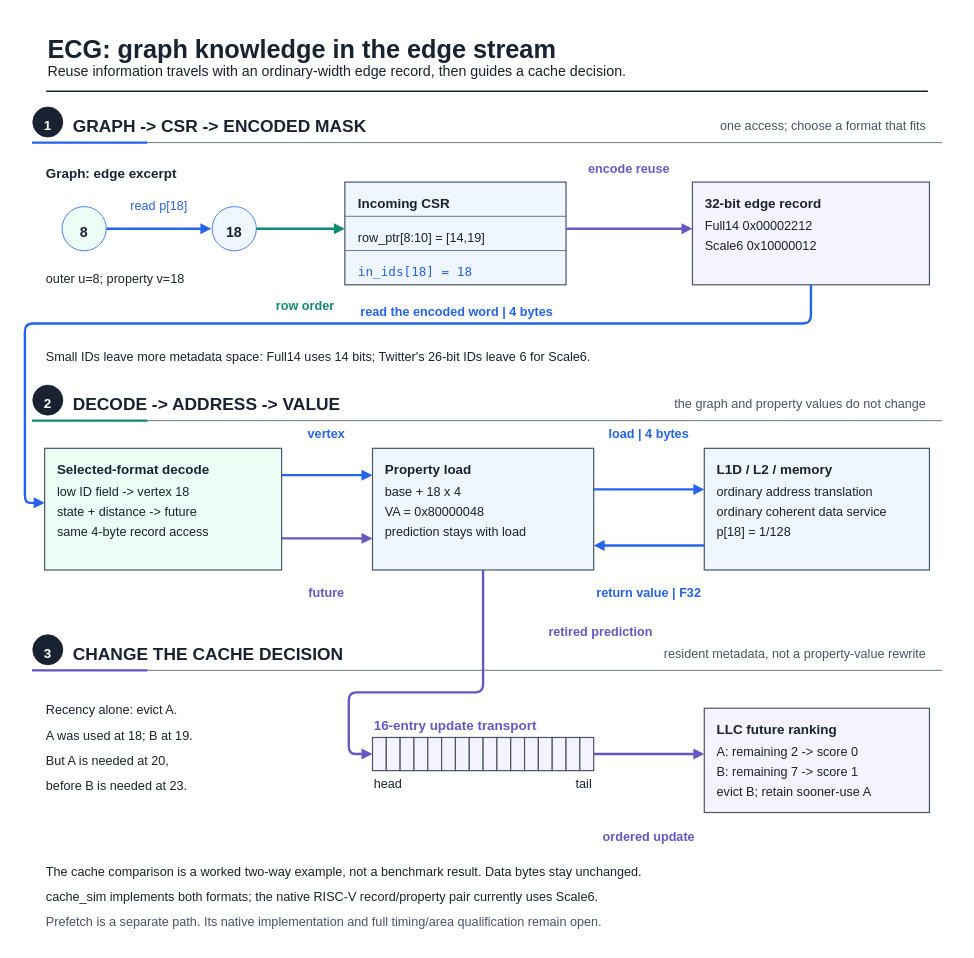
This is fig/wiki_src/home/home-f01-system-overview.drawio from UVA-LavaLab/ECG_GrAPL, a draw.io file, before an edit. Source tidied: cells renumbered, new cells numbered last; positions are measured from the earlier drawing's top-left corner, leaving out a move shared by most shapes. Both pictures are drawn from the tidied source at 79%, with x=0, y=0 at pixel (13, 13).
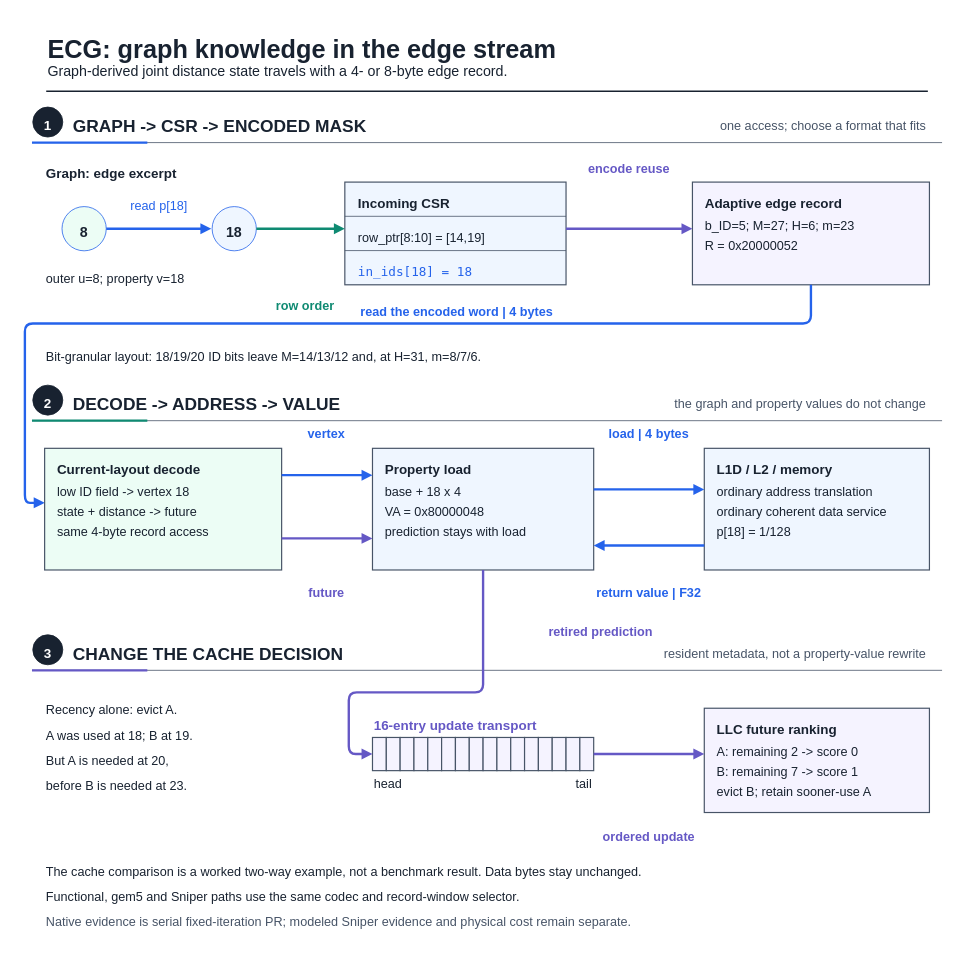
Above is the later version.

What changed in the source:
```diff
@@
-    <mxCell id="4" value="Reuse information travels with an ordinary-width edge record, then guides a cache decision." style="text;html=0;strokeColor=none;fillColor=none;align=left;verticalAlign=middle;fontFamily=Liberation Sans;fontSize=18;fontColor=#182230;fontStyle=0;" parent="1" vertex="1">
-      <mxGeometry x="42" y="59.5" width="868.1" height="25.2" as="geometry" />
+    <mxCell id="4" value="Graph-derived joint distance state travels with a 4- or 8-byte edge record." style="text;html=0;strokeColor=none;fillColor=none;align=left;verticalAlign=middle;fontFamily=Liberation Sans;fontSize=18;fontColor=#182230;fontStyle=0;" parent="1" vertex="1">
+      <mxGeometry x="42" y="59.5" width="715.5" height="25.2" as="geometry" />
     </mxCell>
@@
-    <mxCell id="27" value="32-bit edge record" style="text;html=0;strokeColor=none;fillColor=none;align=left;verticalAlign=middle;fontFamily=Liberation Sans;fontSize=17;fontColor=#182230;fontStyle=1;" parent="1" vertex="1">
-      <mxGeometry x="874" y="227.4" width="174.4" height="23.8" as="geometry" />
+    <mxCell id="27" value="Adaptive edge record" style="text;html=0;strokeColor=none;fillColor=none;align=left;verticalAlign=middle;fontFamily=Liberation Sans;fontSize=17;fontColor=#182230;fontStyle=1;" parent="1" vertex="1">
+      <mxGeometry x="874" y="227.4" width="193.8" height="23.8" as="geometry" />
     </mxCell>
-    <mxCell id="28" value="Full14  0x00002212" style="text;html=0;strokeColor=none;fillColor=none;align=left;verticalAlign=middle;fontFamily=Liberation Sans;fontSize=16;fontColor=#182230;fontStyle=0;" parent="1" vertex="1">
-      <mxGeometry x="874" y="257.2" width="152.6" height="22.4" as="geometry" />
+    <mxCell id="28" value="b_ID=5; M=27; H=6; m=23" style="text;html=0;strokeColor=none;fillColor=none;align=left;verticalAlign=middle;fontFamily=Liberation Sans;fontSize=16;fontColor=#182230;fontStyle=0;" parent="1" vertex="1">
+      <mxGeometry x="874" y="257.2" width="195" height="22.4" as="geometry" />
     </mxCell>
-    <mxCell id="29" value="Scale6  0x10000012" style="text;html=0;strokeColor=none;fillColor=none;align=left;verticalAlign=middle;fontFamily=Liberation Sans;fontSize=16;fontColor=#182230;fontStyle=0;" parent="1" vertex="1">
-      <mxGeometry x="874" y="282.2" width="152.6" height="22.4" as="geometry" />
+    <mxCell id="29" value="R = 0x20000052" style="text;html=0;strokeColor=none;fillColor=none;align=left;verticalAlign=middle;fontFamily=Liberation Sans;fontSize=16;fontColor=#182230;fontStyle=0;" parent="1" vertex="1">
+      <mxGeometry x="874" y="282.2" width="118.7" height="22.4" as="geometry" />
     </mxCell>
@@
-    <mxCell id="36" value="Small IDs leave more metadata space: Full14 uses 14 bits; Twitter's 26-bit IDs leave 6 for Scale6." style="text;html=0;strokeColor=none;fillColor=none;align=left;verticalAlign=middle;fontFamily=Liberation Sans;fontSize=16;fontColor=#182230;fontStyle=0;" parent="1" vertex="1">
-      <mxGeometry x="40" y="422.2" width="831" height="22.4" as="geometry" />
+    <mxCell id="36" value="Bit-granular layout: 18/19/20 ID bits leave M=14/13/12 and, at H=31, m=8/7/6." style="text;html=0;strokeColor=none;fillColor=none;align=left;verticalAlign=middle;fontFamily=Liberation Sans;fontSize=16;fontColor=#182230;fontStyle=0;" parent="1" vertex="1">
+      <mxGeometry x="40" y="422.2" width="653" height="22.4" as="geometry" />
     </mxCell>
@@
-    <mxCell id="44" value="Selected-format decode" style="text;html=0;strokeColor=none;fillColor=none;align=left;verticalAlign=middle;fontFamily=Liberation Sans;fontSize=17;fontColor=#182230;fontStyle=1;" parent="1" vertex="1">
-      <mxGeometry x="54" y="564.4" width="213.2" height="23.8" as="geometry" />
+    <mxCell id="44" value="Current-layout decode" style="text;html=0;strokeColor=none;fillColor=none;align=left;verticalAlign=middle;fontFamily=Liberation Sans;fontSize=17;fontColor=#182230;fontStyle=1;" parent="1" vertex="1">
+      <mxGeometry x="54" y="564.4" width="203.5" height="23.8" as="geometry" />
     </mxCell>
@@
-    <mxCell id="105" value="cache_sim implements both formats; the native RISC-V record/property pair currently uses Scale6." style="text;html=0;strokeColor=none;fillColor=none;align=left;verticalAlign=middle;fontFamily=Liberation Sans;fontSize=16;fontColor=#182230;fontStyle=0;" parent="1" vertex="1">
-      <mxGeometry x="40" y="1106.2" width="814.1" height="22.4" as="geometry" />
+    <mxCell id="105" value="Functional, gem5 and Sniper paths use the same codec and record-window selector." style="text;html=0;strokeColor=none;fillColor=none;align=left;verticalAlign=middle;fontFamily=Liberation Sans;fontSize=16;fontColor=#182230;fontStyle=0;" parent="1" vertex="1">
+      <mxGeometry x="40" y="1106.2" width="678.4" height="22.4" as="geometry" />
     </mxCell>
-    <mxCell id="106" value="Prefetch is a separate path. Its native implementation and full timing/area qualification remain open." style="text;html=0;strokeColor=none;fillColor=none;align=left;verticalAlign=middle;fontFamily=Liberation Sans;fontSize=16;fontColor=#475467;fontStyle=0;" parent="1" vertex="1">
-      <mxGeometry x="40" y="1138.2" width="865" height="22.4" as="geometry" />
+    <mxCell id="106" value="Native evidence is serial fixed-iteration PR; modeled Sniper evidence and physical cost remain separate." style="text;html=0;strokeColor=none;fillColor=none;align=left;verticalAlign=middle;fontFamily=Liberation Sans;fontSize=16;fontColor=#475467;fontStyle=0;" parent="1" vertex="1">
+      <mxGeometry x="40" y="1138.2" width="881.9" height="22.4" as="geometry" />
     </mxCell>
```
